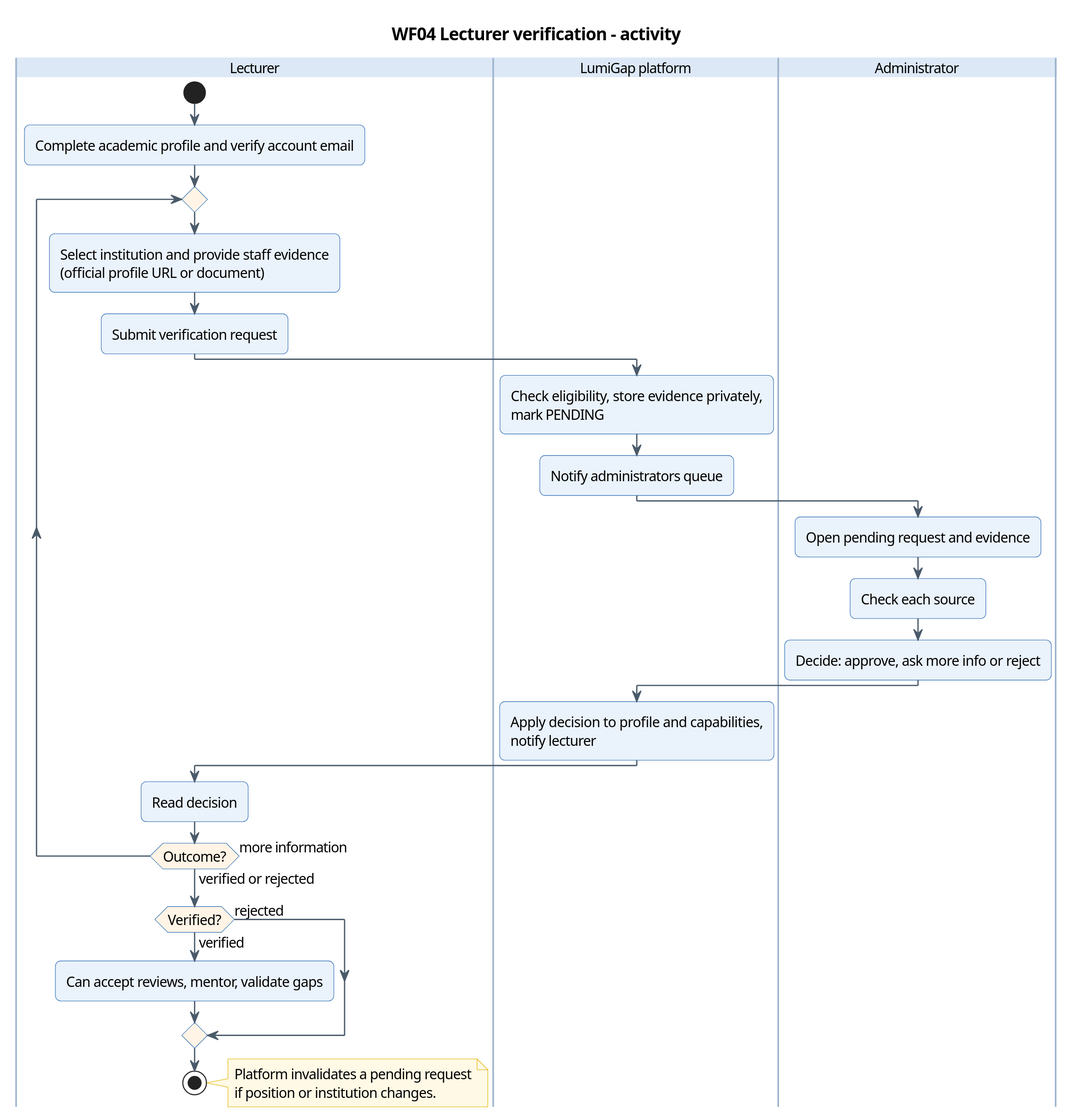
Khoa-Hoa-Technology-Solution-Company/lumi-gap keeps this PlantUML diagram as docs/diagrams/report4/R4_WF04_Activity.svg. Above is the earlier version. The source it was exported from:
```plantuml
@startuml
skinparam dpi 150
skinparam defaultFontName "Segoe UI"
skinparam defaultFontSize 13
skinparam shadowing false
skinparam roundCorner 10
skinparam ArrowColor #4A5A6A
skinparam ArrowThickness 1.2
skinparam BorderColor #2F6DB5
skinparam BackgroundColor #FFFFFF
skinparam TitleFontSize 16
skinparam TitleFontStyle bold
skinparam usecase {
  BackgroundColor #EAF2FB
  BorderColor #2F6DB5
}
skinparam actor {
  BackgroundColor #FFFFFF
  BorderColor #1B2A3A
}
skinparam class {
  BackgroundColor #F7FAFD
  BorderColor #2F6DB5
  HeaderBackgroundColor #DCE8F6
}
skinparam state {
  BackgroundColor #EAF2FB
  BorderColor #2F6DB5
}
skinparam activity {
  BackgroundColor #EAF2FB
  BorderColor #2F6DB5
  DiamondBackgroundColor #FFF4E5
}
skinparam swimlane {
  BorderColor #9DB3CC
  TitleBackgroundColor #DCE8F6
}
skinparam sequence {
  ParticipantBackgroundColor #EAF2FB
  ParticipantBorderColor #2F6DB5
  LifeLineBorderColor #9DB3CC
  GroupBackgroundColor #F4F7FA
}
skinparam package {
  BackgroundColor #F7F9FC
  BorderColor #9DB3CC
}
skinparam note {
  BackgroundColor #FFF9E5
  BorderColor #E0B200
}
skinparam entity {
  BackgroundColor #F7FAFD
  BorderColor #2F6DB5
}
skinparam rectangle {
  BackgroundColor #F7F9FC
  BorderColor #2F6DB5
}
title WF04 Lecturer verification - activity
|Lecturer|
start
:Complete academic profile and verify account email;
repeat
  :Select institution and provide staff evidence\n(official profile URL or document);
  :Submit verification request;
  |LumiGap platform|
  :Check eligibility, store evidence privately,\nmark PENDING;
  :Notify administrators queue;
  |Administrator|
  :Open pending request and evidence;
  :Check each source;
  :Decide: approve, ask more info or reject;
  |LumiGap platform|
  :Apply decision to profile and capabilities,\nnotify lecturer;
  |Lecturer|
  :Read decision;
repeat while (Outcome?) is (more information) not (verified or rejected)
if (Verified?) then (verified)
  :Can accept reviews, mentor, validate gaps;
else (rejected)
endif
stop
note right
  Platform invalidates a pending request
  if position or institution changes.
end note
@enduml
```
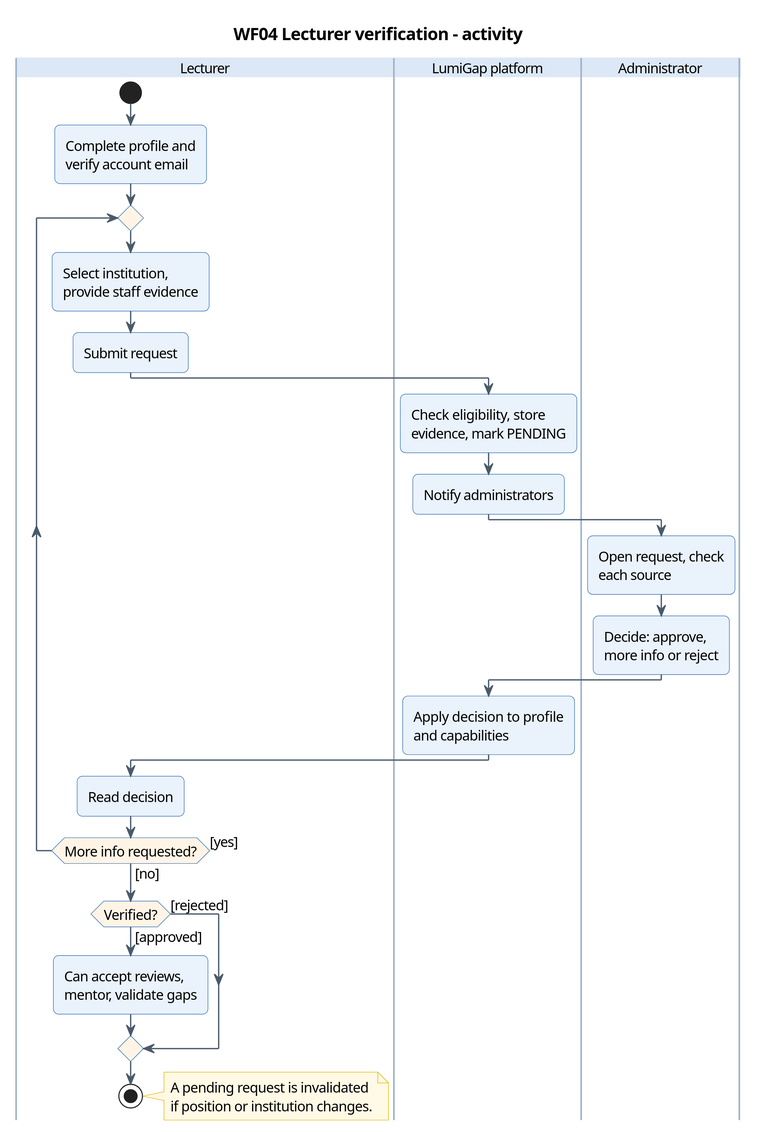
The same file after the commit.

Diff of the diagram source:
```diff
@@ -1,5 +1,5 @@
 @startuml
-skinparam dpi 150
+skinparam dpi 200
 skinparam defaultFontName "Segoe UI"
 skinparam defaultFontSize 13
 skinparam shadowing false
@@ -61,29 +61,35 @@
 title WF04 Lecturer verification - activity
 |Lecturer|
 start
-:Complete academic profile and verify account email;
+:Complete profile and
+verify account email;
 repeat
-  :Select institution and provide staff evidence\n(official profile URL or document);
-  :Submit verification request;
+  :Select institution,
+provide staff evidence;
+  :Submit request;
   |LumiGap platform|
-  :Check eligibility, store evidence privately,\nmark PENDING;
-  :Notify administrators queue;
+  :Check eligibility, store
+evidence, mark PENDING;
+  :Notify administrators;
   |Administrator|
-  :Open pending request and evidence;
-  :Check each source;
-  :Decide: approve, ask more info or reject;
+  :Open request, check
+each source;
+  :Decide: approve,
+more info or reject;
   |LumiGap platform|
-  :Apply decision to profile and capabilities,\nnotify lecturer;
+  :Apply decision to profile
+and capabilities;
   |Lecturer|
   :Read decision;
-repeat while (Outcome?) is (more information) not (verified or rejected)
-if (Verified?) then (verified)
-  :Can accept reviews, mentor, validate gaps;
-else (rejected)
+repeat while (More info requested?) is ([yes]) not ([no])
+if (Verified?) then ([approved])
+  :Can accept reviews,
+mentor, validate gaps;
+else ([rejected])
 endif
 stop
 note right
-  Platform invalidates a pending request
+  A pending request is invalidated
   if position or institution changes.
 end note
 @enduml
```
